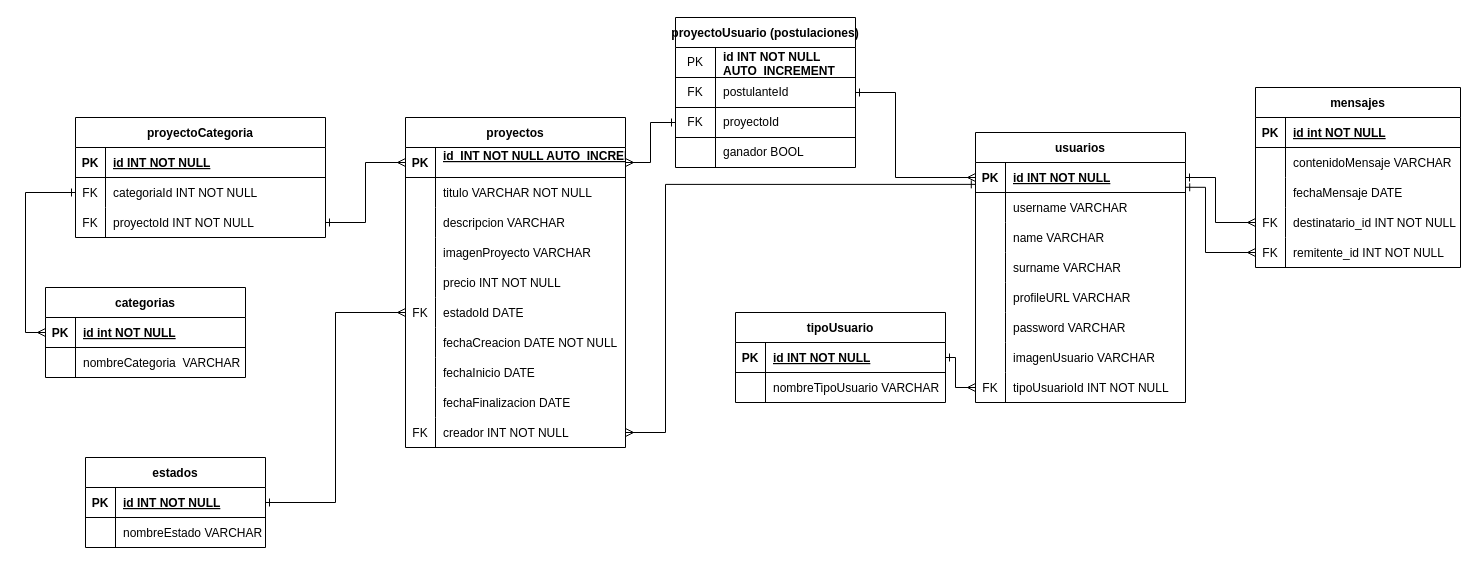
This is docs/Diagrama_ER.drawio from 0122CDFSNCN06LAED/grupo-05, a draw.io file, before an edit. Source tidied: cells renumbered, new cells numbered last; positions are measured from the earlier drawing's top-left corner, leaving out a move shared by most shapes. Both pictures are drawn from the tidied source at 100%, with x=0, y=0 at pixel (45, 17).
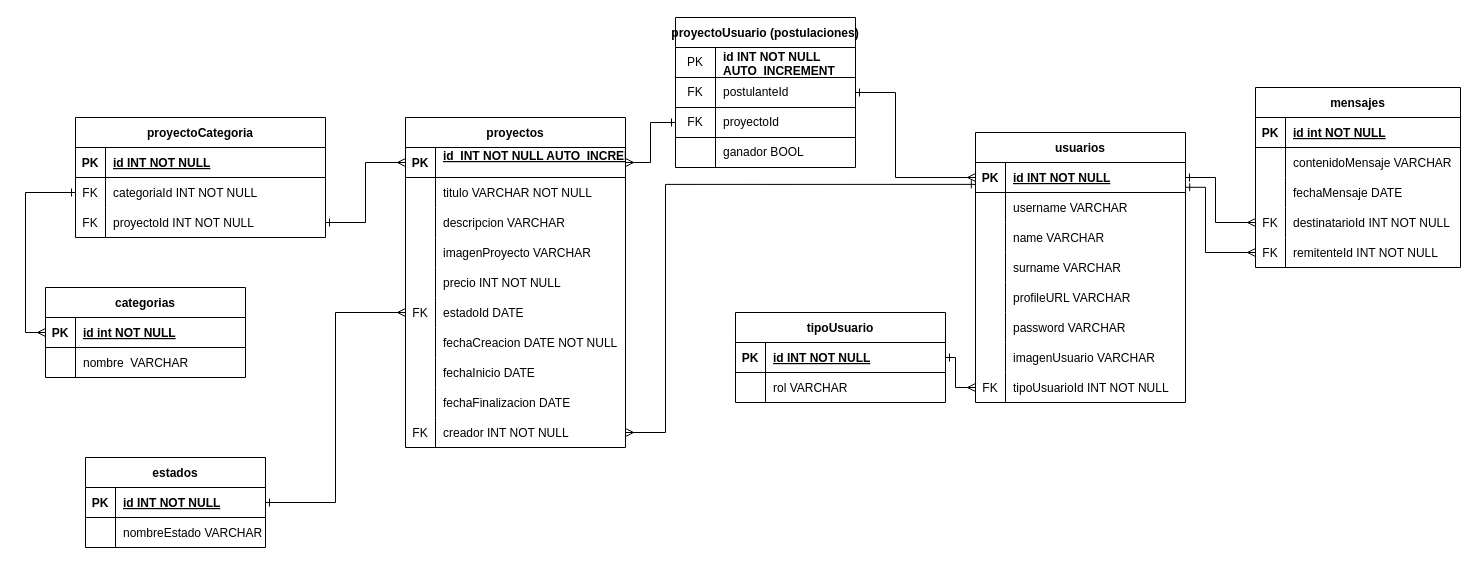
Above is the later version.

Commit message:
Actualizo diagrama

The change refers to these unchanged cells:
```xml
<mxCell id="31" style="shape=tableRow;horizontal=0;startSize=0;swimlaneHead=0;swimlaneBody=0;fillColor=none;top=0;left=0;right=0;bottom=0;" parent="27" vertex="1">
  <mxGeometry y="60" width="210" height="30" as="geometry" />
</mxCell>
<mxCell id="86" style="shape=tableRow;horizontal=0;startSize=0;swimlaneHead=0;swimlaneBody=0;fillColor=none;top=0;left=0;right=0;bottom=0;" parent="82" vertex="1">
  <mxGeometry y="60" width="200" height="30" as="geometry" />
</mxCell>
<mxCell id="99" style="shape=tableRow;horizontal=0;startSize=0;swimlaneHead=0;swimlaneBody=0;fillColor=none;points=[[0,0.5],[1,0.5]];portConstraint=eastwest;top=0;left=0;right=0;bottom=0;" parent="89" vertex="1">
  <mxGeometry y="120" width="205" height="30" as="geometry" />
</mxCell>
<mxCell id="102" style="shape=tableRow;horizontal=0;startSize=0;swimlaneHead=0;swimlaneBody=0;fillColor=none;points=[[0,0.5],[1,0.5]];portConstraint=eastwest;top=0;left=0;right=0;bottom=0;" parent="89" vertex="1">
  <mxGeometry y="150" width="205" height="30" as="geometry" />
</mxCell>
```

Change to the diagram source:
```diff
@@
-    <mxCell id="33" value="nombreTipoUsuario VARCHAR" style="shape=partialRectangle;fillColor=none;top=0;left=0;bottom=0;right=0;align=left;spacingLeft=6;overflow=hidden;" parent="31" vertex="1">
+    <mxCell id="33" value="rol VARCHAR" style="shape=partialRectangle;fillColor=none;top=0;left=0;bottom=0;right=0;align=left;spacingLeft=6;overflow=hidden;" parent="31" vertex="1">
       <mxGeometry x="30" width="180" height="30" as="geometry" />
     </mxCell>
@@
-    <mxCell id="88" value="nombreCategoria  VARCHAR" style="shape=partialRectangle;fillColor=none;top=0;left=0;bottom=0;right=0;align=left;spacingLeft=6;overflow=hidden;" parent="86" vertex="1">
+    <mxCell id="88" value="nombre  VARCHAR" style="shape=partialRectangle;fillColor=none;top=0;left=0;bottom=0;right=0;align=left;spacingLeft=6;overflow=hidden;" parent="86" vertex="1">
       <mxGeometry x="30" width="170" height="30" as="geometry" />
     </mxCell>
@@
-    <mxCell id="101" value="destinatario_id INT NOT NULL" style="shape=partialRectangle;fillColor=none;top=0;left=0;bottom=0;right=0;align=left;spacingLeft=6;overflow=hidden;" parent="99" vertex="1">
+    <mxCell id="101" value="destinatarioId INT NOT NULL" style="shape=partialRectangle;fillColor=none;top=0;left=0;bottom=0;right=0;align=left;spacingLeft=6;overflow=hidden;" parent="99" vertex="1">
       <mxGeometry x="30" width="175" height="30" as="geometry" />
     </mxCell>
@@
-    <mxCell id="104" value="remitente_id INT NOT NULL" style="shape=partialRectangle;fillColor=none;top=0;left=0;bottom=0;right=0;align=left;spacingLeft=6;overflow=hidden;" parent="102" vertex="1">
+    <mxCell id="104" value="remitenteId INT NOT NULL" style="shape=partialRectangle;fillColor=none;top=0;left=0;bottom=0;right=0;align=left;spacingLeft=6;overflow=hidden;" parent="102" vertex="1">
       <mxGeometry x="30" width="175" height="30" as="geometry" />
     </mxCell>
```
